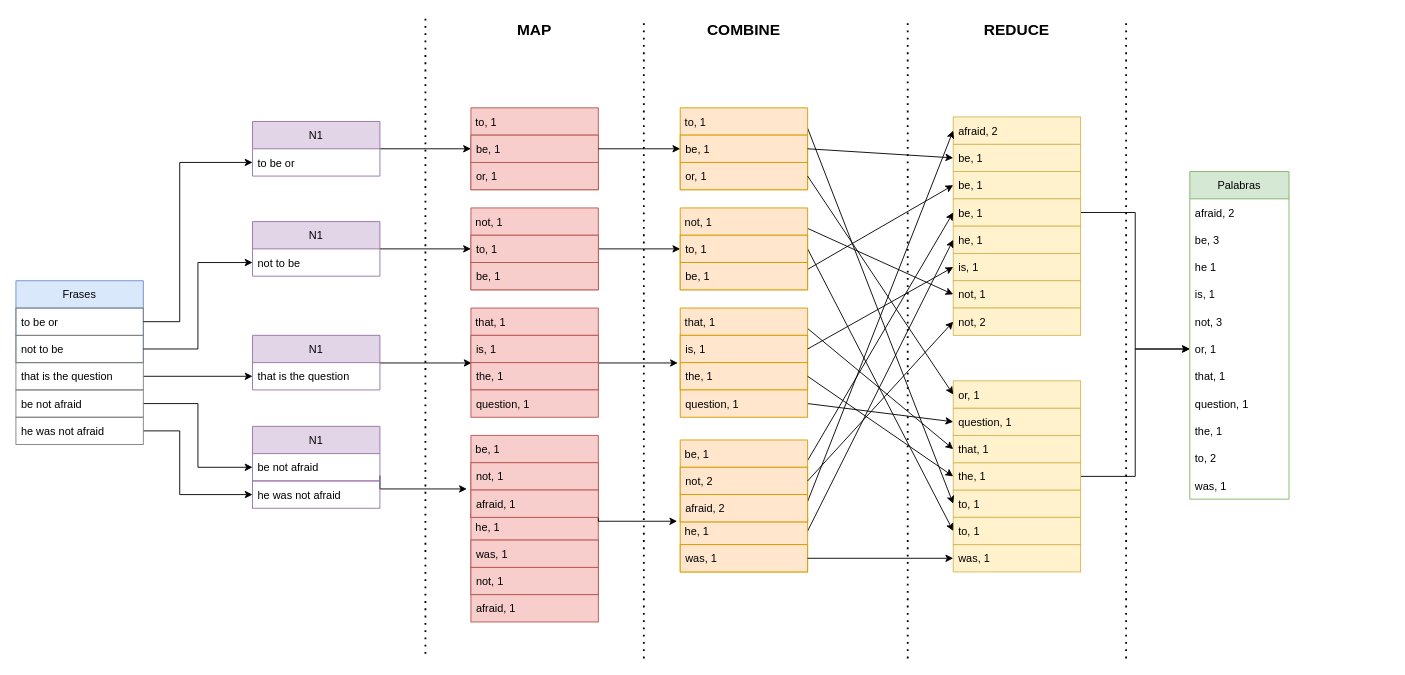
Earlier version of the draw.io diagram Tareas/T2/T2.drawio (danielfrgs/2022_1-Datos-Masivos-I). Source tidied: cells renumbered, new cells numbered last; positions are measured from the earlier drawing's top-left corner, leaving out a move shared by most shapes. Both pictures are drawn from the tidied source at 91%, with x=0, y=0 at pixel (15, 16).
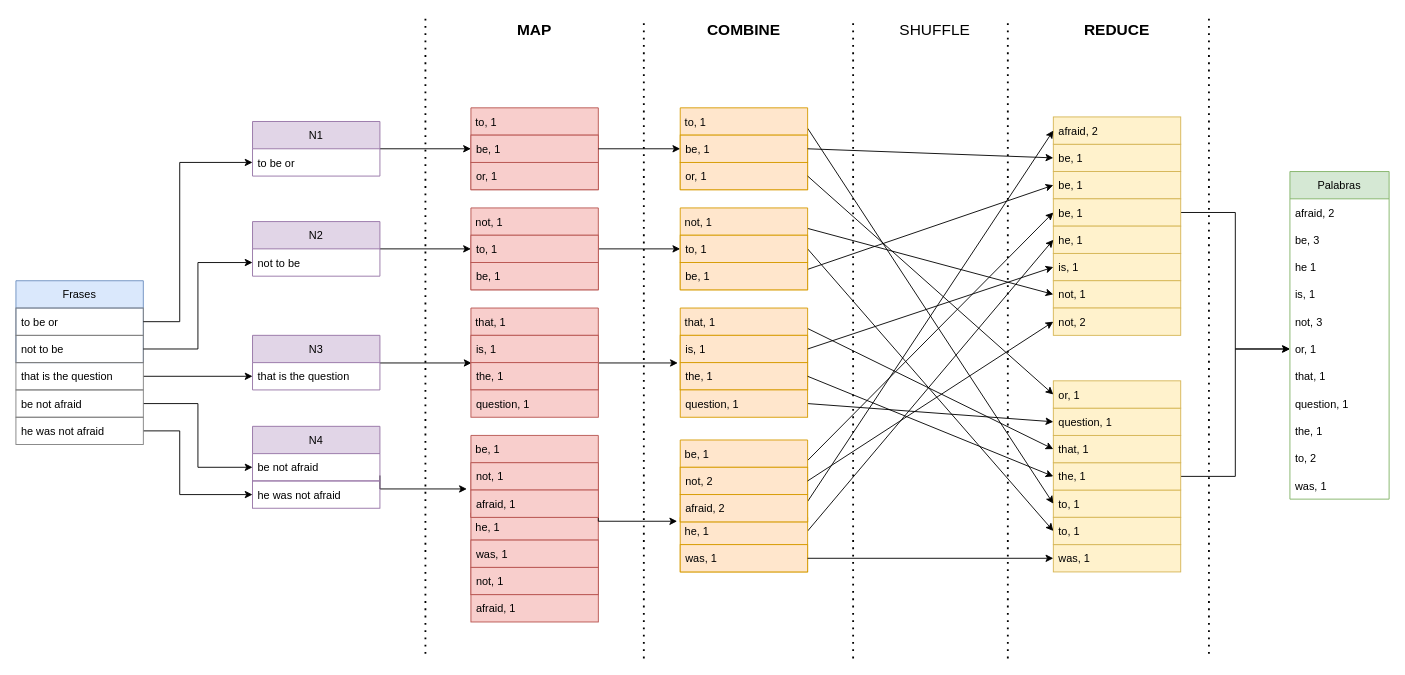
The same page after the edit.

Unchanged cells that the change refers to:
```xml
<mxCell id="90" value="or, 1" style="text;strokeColor=none;fillColor=none;align=left;verticalAlign=middle;spacingLeft=4;spacingRight=4;overflow=hidden;points=[[0,0.5],[1,0.5]];portConstraint=eastwest;shadow=0;" parent="84" vertex="1">
  <mxGeometry y="180" width="109" height="30" as="geometry" />
</mxCell>
```

The edit, as a diff of the source:
```diff
@@
-    <mxCell id="14" value="N1" style="swimlane;fontStyle=0;horizontal=1;startSize=30;shadow=0;strokeColor=#9673a6;fillColor=#e1d5e7;" parent="1" vertex="1">
+    <mxCell id="14" value="N2" style="swimlane;fontStyle=0;horizontal=1;startSize=30;shadow=0;strokeColor=#9673a6;fillColor=#e1d5e7;" parent="1" vertex="1">
       <mxGeometry x="260" y="225" width="140" height="60" as="geometry" />
     </mxCell>
@@
-    <mxCell id="17" value="N1" style="swimlane;fontStyle=0;horizontal=1;startSize=30;shadow=0;strokeColor=#9673a6;fillColor=#e1d5e7;" parent="1" vertex="1">
+    <mxCell id="17" value="N3" style="swimlane;fontStyle=0;horizontal=1;startSize=30;shadow=0;strokeColor=#9673a6;fillColor=#e1d5e7;" parent="1" vertex="1">
       <mxGeometry x="260" y="350" width="140" height="60" as="geometry" />
     </mxCell>
@@
-    <mxCell id="20" value="N1" style="swimlane;fontStyle=0;horizontal=1;startSize=30;shadow=0;strokeColor=#9673a6;fillColor=#e1d5e7;" parent="1" vertex="1">
+    <mxCell id="20" value="N4" style="swimlane;fontStyle=0;horizontal=1;startSize=30;shadow=0;strokeColor=#9673a6;fillColor=#e1d5e7;" parent="1" vertex="1">
       <mxGeometry x="260" y="450" width="140" height="60" as="geometry" />
     </mxCell>
@@
     <mxCell id="43" value="be, 1" style="text;strokeColor=#d6b656;fillColor=#fff2cc;align=left;verticalAlign=middle;spacingLeft=4;spacingRight=4;overflow=hidden;points=[[0,0.5],[1,0.5]];portConstraint=eastwest;shadow=0;" parent="1" vertex="1">
-      <mxGeometry x="1030" y="140" width="140" height="30" as="geometry" />
+      <mxGeometry x="1140" y="140" width="140" height="30" as="geometry" />
     </mxCell>
     <mxCell id="44" value="be, 1" style="text;strokeColor=#d6b656;fillColor=#fff2cc;align=left;verticalAlign=middle;spacingLeft=4;spacingRight=4;overflow=hidden;points=[[0,0.5],[1,0.5]];portConstraint=eastwest;shadow=0;" parent="1" vertex="1">
-      <mxGeometry x="1030" y="170" width="140" height="30" as="geometry" />
+      <mxGeometry x="1140" y="170" width="140" height="30" as="geometry" />
     </mxCell>
@@
     <mxCell id="46" value="be, 1" style="text;strokeColor=#d6b656;fillColor=#fff2cc;align=left;verticalAlign=middle;spacingLeft=4;spacingRight=4;overflow=hidden;points=[[0,0.5],[1,0.5]];portConstraint=eastwest;shadow=0;" parent="1" vertex="1">
-      <mxGeometry x="1030" y="200" width="140" height="30" as="geometry" />
+      <mxGeometry x="1140" y="200" width="140" height="30" as="geometry" />
     </mxCell>
     <mxCell id="47" value="afraid, 2" style="text;strokeColor=#d6b656;fillColor=#fff2cc;align=left;verticalAlign=middle;spacingLeft=4;spacingRight=4;overflow=hidden;points=[[0,0.5],[1,0.5]];portConstraint=eastwest;shadow=0;" parent="1" vertex="1">
-      <mxGeometry x="1030" y="110" width="140" height="30" as="geometry" />
+      <mxGeometry x="1140" y="110" width="140" height="30" as="geometry" />
     </mxCell>
     <mxCell id="48" value="he, 1" style="text;strokeColor=#d6b656;fillColor=#fff2cc;align=left;verticalAlign=middle;spacingLeft=4;spacingRight=4;overflow=hidden;points=[[0,0.5],[1,0.5]];portConstraint=eastwest;shadow=0;" parent="1" vertex="1">
-      <mxGeometry x="1030" y="230" width="140" height="30" as="geometry" />
+      <mxGeometry x="1140" y="230" width="140" height="30" as="geometry" />
     </mxCell>
     <mxCell id="49" value="is, 1" style="text;strokeColor=#d6b656;fillColor=#fff2cc;align=left;verticalAlign=middle;spacingLeft=4;spacingRight=4;overflow=hidden;points=[[0,0.5],[1,0.5]];portConstraint=eastwest;shadow=0;" parent="1" vertex="1">
-      <mxGeometry x="1030" y="260" width="140" height="30" as="geometry" />
+      <mxGeometry x="1140" y="260" width="140" height="30" as="geometry" />
     </mxCell>
     <mxCell id="50" value="not, 1" style="text;strokeColor=#d6b656;fillColor=#fff2cc;align=left;verticalAlign=middle;spacingLeft=4;spacingRight=4;overflow=hidden;points=[[0,0.5],[1,0.5]];portConstraint=eastwest;shadow=0;" parent="1" vertex="1">
-      <mxGeometry x="1030" y="290" width="140" height="30" as="geometry" />
+      <mxGeometry x="1140" y="290" width="140" height="30" as="geometry" />
     </mxCell>
     <mxCell id="51" value="not, 2" style="text;strokeColor=#d6b656;fillColor=#fff2cc;align=left;verticalAlign=middle;spacingLeft=4;spacingRight=4;overflow=hidden;points=[[0,0.5],[1,0.5]];portConstraint=eastwest;shadow=0;" parent="1" vertex="1">
-      <mxGeometry x="1030" y="320" width="140" height="30" as="geometry" />
+      <mxGeometry x="1140" y="320" width="140" height="30" as="geometry" />
     </mxCell>
     <mxCell id="52" value="question, 1" style="text;strokeColor=#d6b656;fillColor=#fff2cc;align=left;verticalAlign=middle;spacingLeft=4;spacingRight=4;overflow=hidden;points=[[0,0.5],[1,0.5]];portConstraint=eastwest;shadow=0;" parent="1" vertex="1">
-      <mxGeometry x="1030" y="430" width="140" height="30" as="geometry" />
+      <mxGeometry x="1140" y="430" width="140" height="30" as="geometry" />
     </mxCell>
     <mxCell id="53" value="was, 1" style="text;strokeColor=#d6b656;fillColor=#fff2cc;align=left;verticalAlign=middle;spacingLeft=4;spacingRight=4;overflow=hidden;points=[[0,0.5],[1,0.5]];portConstraint=eastwest;shadow=0;" parent="1" vertex="1">
-      <mxGeometry x="1030" y="580" width="140" height="30" as="geometry" />
+      <mxGeometry x="1140" y="580" width="140" height="30" as="geometry" />
     </mxCell>
     <mxCell id="54" value="to, 1" style="text;strokeColor=#d6b656;fillColor=#fff2cc;align=left;verticalAlign=middle;spacingLeft=4;spacingRight=4;overflow=hidden;points=[[0,0.5],[1,0.5]];portConstraint=eastwest;shadow=0;" parent="1" vertex="1">
-      <mxGeometry x="1030" y="520" width="140" height="30" as="geometry" />
+      <mxGeometry x="1140" y="520" width="140" height="30" as="geometry" />
     </mxCell>
     <mxCell id="55" value="to, 1" style="text;strokeColor=#d6b656;fillColor=#fff2cc;align=left;verticalAlign=middle;spacingLeft=4;spacingRight=4;overflow=hidden;points=[[0,0.5],[1,0.5]];portConstraint=eastwest;shadow=0;" parent="1" vertex="1">
-      <mxGeometry x="1030" y="550" width="140" height="30" as="geometry" />
+      <mxGeometry x="1140" y="550" width="140" height="30" as="geometry" />
     </mxCell>
     <mxCell id="56" style="edgeStyle=orthogonalEdgeStyle;rounded=0;jettySize=auto;html=1;exitX=1;exitY=0.5;exitDx=0;exitDy=0;entryX=0;entryY=0.5;entryDx=0;entryDy=0;" parent="1" edge="1" source="57" target="90">
       <mxGeometry relative="1" as="geometry">
         <Array as="points">
-          <mxPoint x="1230" y="505" />
-          <mxPoint x="1230" y="365" />
+          <mxPoint x="1340" y="505" />
+          <mxPoint x="1340" y="365" />
         </Array>
       </mxGeometry>
     </mxCell>
     <mxCell id="57" value="the, 1" style="text;strokeColor=#d6b656;fillColor=#fff2cc;align=left;verticalAlign=middle;spacingLeft=4;spacingRight=4;overflow=hidden;points=[[0,0.5],[1,0.5]];portConstraint=eastwest;shadow=0;" parent="1" vertex="1">
-      <mxGeometry x="1030" y="490" width="140" height="30" as="geometry" />
+      <mxGeometry x="1140" y="490" width="140" height="30" as="geometry" />
     </mxCell>
     <mxCell id="58" value="or, 1" style="text;strokeColor=#d6b656;fillColor=#fff2cc;align=left;verticalAlign=middle;spacingLeft=4;spacingRight=4;overflow=hidden;points=[[0,0.5],[1,0.5]];portConstraint=eastwest;shadow=0;" parent="1" vertex="1">
-      <mxGeometry x="1030" y="400" width="140" height="30" as="geometry" />
+      <mxGeometry x="1140" y="400" width="140" height="30" as="geometry" />
     </mxCell>
     <mxCell id="59" value="that, 1" style="text;strokeColor=#d6b656;fillColor=#fff2cc;align=left;verticalAlign=middle;spacingLeft=4;spacingRight=4;overflow=hidden;points=[[0,0.5],[1,0.5]];portConstraint=eastwest;shadow=0;" parent="1" vertex="1">
-      <mxGeometry x="1030" y="460" width="140" height="30" as="geometry" />
+      <mxGeometry x="1140" y="460" width="140" height="30" as="geometry" />
     </mxCell>
@@
     <mxCell id="84" value="Palabras" style="swimlane;fontStyle=0;horizontal=1;startSize=30;shadow=0;strokeColor=#82b366;fillColor=#d5e8d4;" parent="1" vertex="1">
-      <mxGeometry x="1290" y="170" width="109" height="360" as="geometry" />
+      <mxGeometry x="1400" y="170" width="109" height="360" as="geometry" />
     </mxCell>
@@
     <mxCell id="108" style="endArrow=none;dashed=1;html=1;dashPattern=1 3;strokeWidth=2;rounded=0;" parent="1" edge="1">
       <mxGeometry relative="1" as="geometry">
-        <mxPoint x="980" y="705" as="sourcePoint" />
-        <mxPoint x="980" y="5" as="targetPoint" />
+        <mxPoint x="1090" y="705" as="sourcePoint" />
+        <mxPoint x="1090" y="5" as="targetPoint" />
       </mxGeometry>
     </mxCell>
     <mxCell id="109" style="endArrow=none;dashed=1;html=1;dashPattern=1 3;strokeWidth=2;rounded=0;" parent="1" edge="1">
       <mxGeometry relative="1" as="geometry">
-        <mxPoint x="1220" y="705" as="sourcePoint" />
-        <mxPoint x="1220" y="5" as="targetPoint" />
+        <mxPoint x="1311" y="700" as="sourcePoint" />
+        <mxPoint x="1311" as="targetPoint" />
       </mxGeometry>
     </mxCell>
@@
     <mxCell id="112" value="&lt;font style=&quot;font-size: 17px&quot;&gt;&lt;b&gt;REDUCE&lt;/b&gt;&lt;/font&gt;" style="text;html=1;strokeColor=none;fillColor=none;align=center;verticalAlign=middle;whiteSpace=wrap;rounded=0;shadow=0;" parent="1" vertex="1">
-      <mxGeometry x="1070" width="60" height="30" as="geometry" />
+      <mxGeometry x="1180" width="60" height="30" as="geometry" />
     </mxCell>
+    <mxCell id="113" style="endArrow=none;dashed=1;html=1;dashPattern=1 3;strokeWidth=2;rounded=0;" parent="1" edge="1">
+      <mxGeometry relative="1" as="geometry">
+        <mxPoint x="920" y="705" as="sourcePoint" />
+        <mxPoint x="920" y="5" as="targetPoint" />
+      </mxGeometry>
+    </mxCell>
+    <mxCell id="114" value="&lt;font style=&quot;font-size: 17px&quot;&gt;&lt;span style=&quot;font-weight: normal&quot;&gt;SHUFFLE&lt;br&gt;&lt;/span&gt;&lt;/font&gt;" style="text;html=1;strokeColor=none;fillColor=none;align=center;verticalAlign=middle;whiteSpace=wrap;rounded=0;shadow=0;fontStyle=1;" parent="1" vertex="1">
+      <mxGeometry x="980" width="60" height="30" as="geometry" />
+    </mxCell>
```
